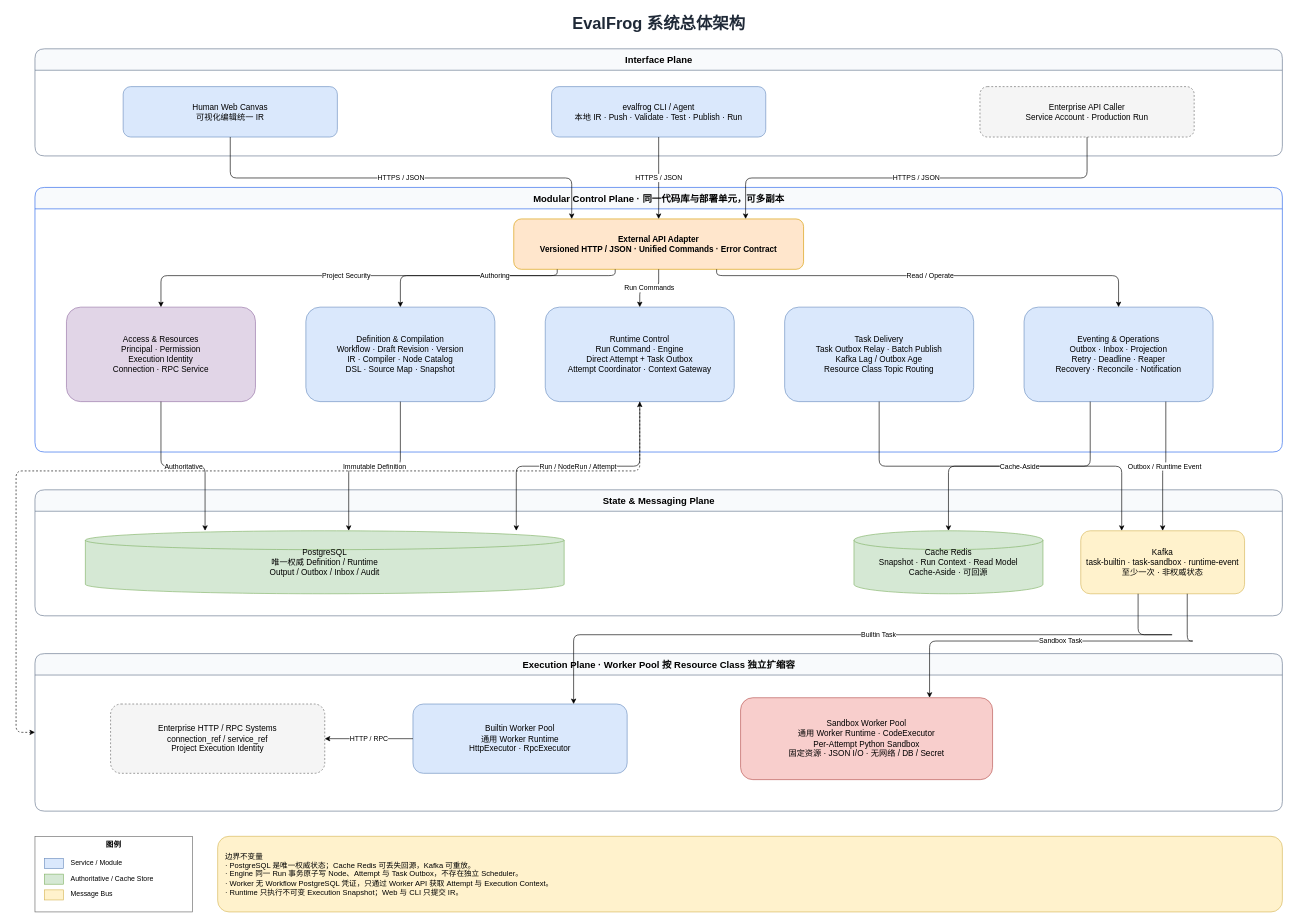
Before: docs/architecture/EvalFrog_系统架构.drawio in uuforeverr/evalfrog, a draw.io diagram. Source tidied: cells renumbered, new cells numbered last; positions are measured from the earlier drawing's top-left corner, leaving out a move shared by most shapes. Both pictures are drawn from the tidied source at 63%, with x=0, y=0 at pixel (16, 11).
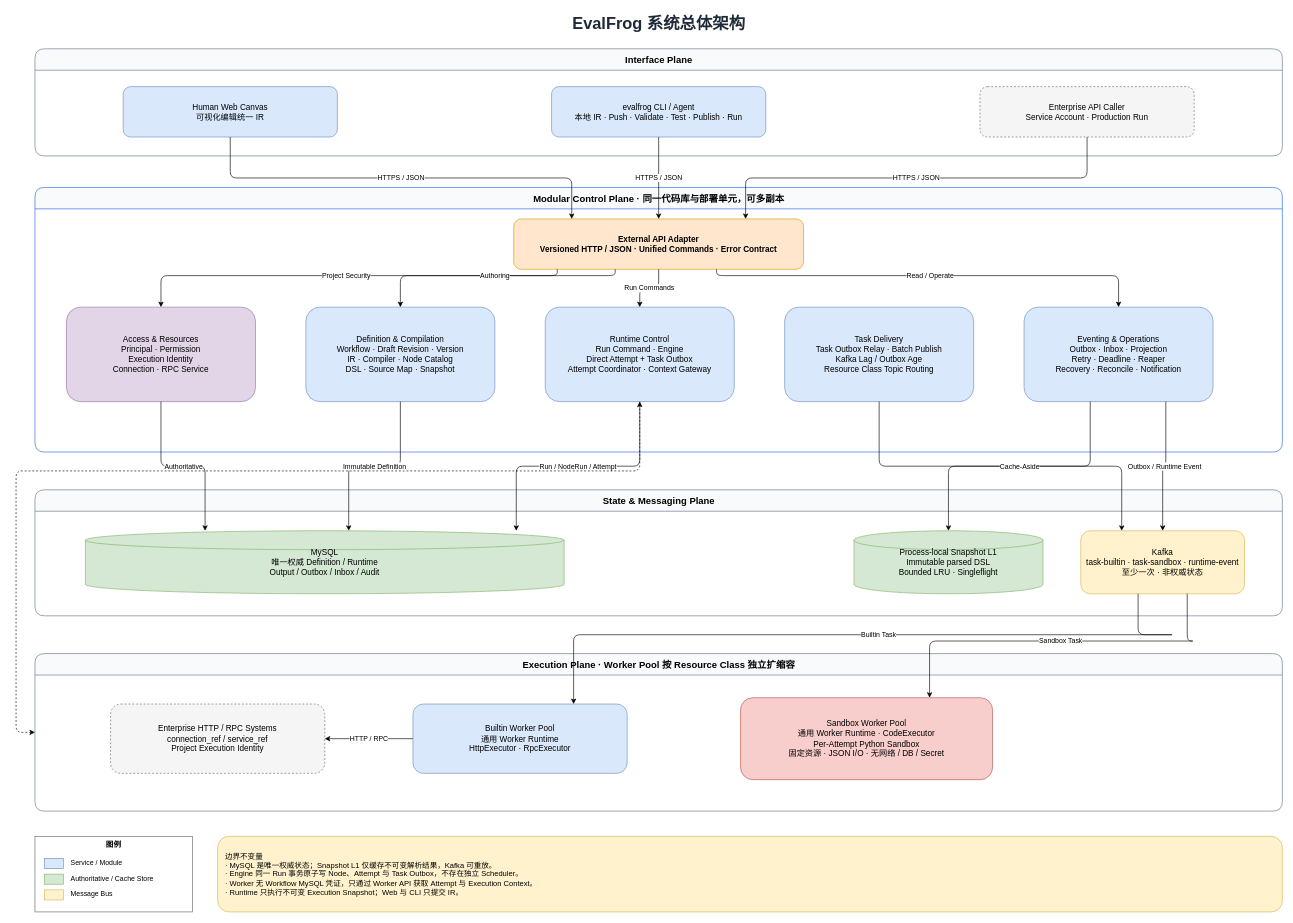
The same diagram, later.

The change refers to these unchanged cells:
```xml
<mxCell id="14" value="State &amp; Messaging Plane" style="swimlane;startSize=34;horizontal=1;html=1;rounded=1;fillColor=#f8fafc;strokeColor=#64748b;fontFamily=Helvetica;fontSize=15;fontStyle=1;" parent="1" vertex="1">
  <mxGeometry x="30" y="760" width="1980" height="200" as="geometry" />
</mxCell>
```

What changed in the source:
```diff
@@
-    <mxCell id="15" value="PostgreSQL&#10;唯一权威 Definition / Runtime&#10;Output / Outbox / Inbox / Audit" style="shape=cylinder3;whiteSpace=wrap;html=1;fillColor=#d5e8d4;strokeColor=#82b366;fontFamily=Helvetica;fontSize=13;" parent="14" vertex="1">
+    <mxCell id="15" value="MySQL&#10;唯一权威 Definition / Runtime&#10;Output / Outbox / Inbox / Audit" style="shape=cylinder3;whiteSpace=wrap;html=1;fillColor=#d5e8d4;strokeColor=#82b366;fontFamily=Helvetica;fontSize=13;" parent="14" vertex="1">
       <mxGeometry x="80" y="65" width="760" height="100" as="geometry" />
     </mxCell>
-    <mxCell id="16" value="Cache Redis&#10;Snapshot · Run Context · Read Model&#10;Cache-Aside · 可回源" style="shape=cylinder3;whiteSpace=wrap;html=1;fillColor=#d5e8d4;strokeColor=#82b366;fontFamily=Helvetica;fontSize=13;" parent="14" vertex="1">
+    <mxCell id="16" value="Process-local Snapshot L1&#10;Immutable parsed DSL&#10;Bounded LRU · Singleflight" style="shape=cylinder3;whiteSpace=wrap;html=1;fillColor=#d5e8d4;strokeColor=#82b366;fontFamily=Helvetica;fontSize=13;" parent="14" vertex="1">
       <mxGeometry x="1300" y="65" width="300" height="100" as="geometry" />
     </mxCell>
@@
-    <mxCell id="29" value="边界不变量&#10;· PostgreSQL 是唯一权威状态；Cache Redis 可丢失回源，Kafka 可重放。&#10;· Engine 同一 Run 事务原子写 Node、Attempt 与 Task Outbox，不存在独立 Scheduler。&#10;· Worker 无 Workflow PostgreSQL 凭证，只通过 Worker API 获取 Attempt 与 Execution Context。&#10;· Runtime 只执行不可变 Execution Snapshot；Web 与 CLI 只提交 IR。" style="rounded=1;whiteSpace=wrap;html=1;fillColor=#fff2cc;strokeColor=#d6b656;align=left;verticalAlign=middle;spacing=12;fontFamily=Helvetica;fontSize=12;" parent="1" vertex="1">
+    <mxCell id="29" value="边界不变量&#10;· MySQL 是唯一权威状态；Snapshot L1 仅缓存不可变解析结果，Kafka 可重放。&#10;· Engine 同一 Run 事务原子写 Node、Attempt 与 Task Outbox，不存在独立 Scheduler。&#10;· Worker 无 Workflow MySQL 凭证，只通过 Worker API 获取 Attempt 与 Execution Context。&#10;· Runtime 只执行不可变 Execution Snapshot；Web 与 CLI 只提交 IR。" style="rounded=1;whiteSpace=wrap;html=1;fillColor=#fff2cc;strokeColor=#d6b656;align=left;verticalAlign=middle;spacing=12;fontFamily=Helvetica;fontSize=12;" parent="1" vertex="1">
       <mxGeometry x="320" y="1310" width="1690" height="120" as="geometry" />
     </mxCell>
```
